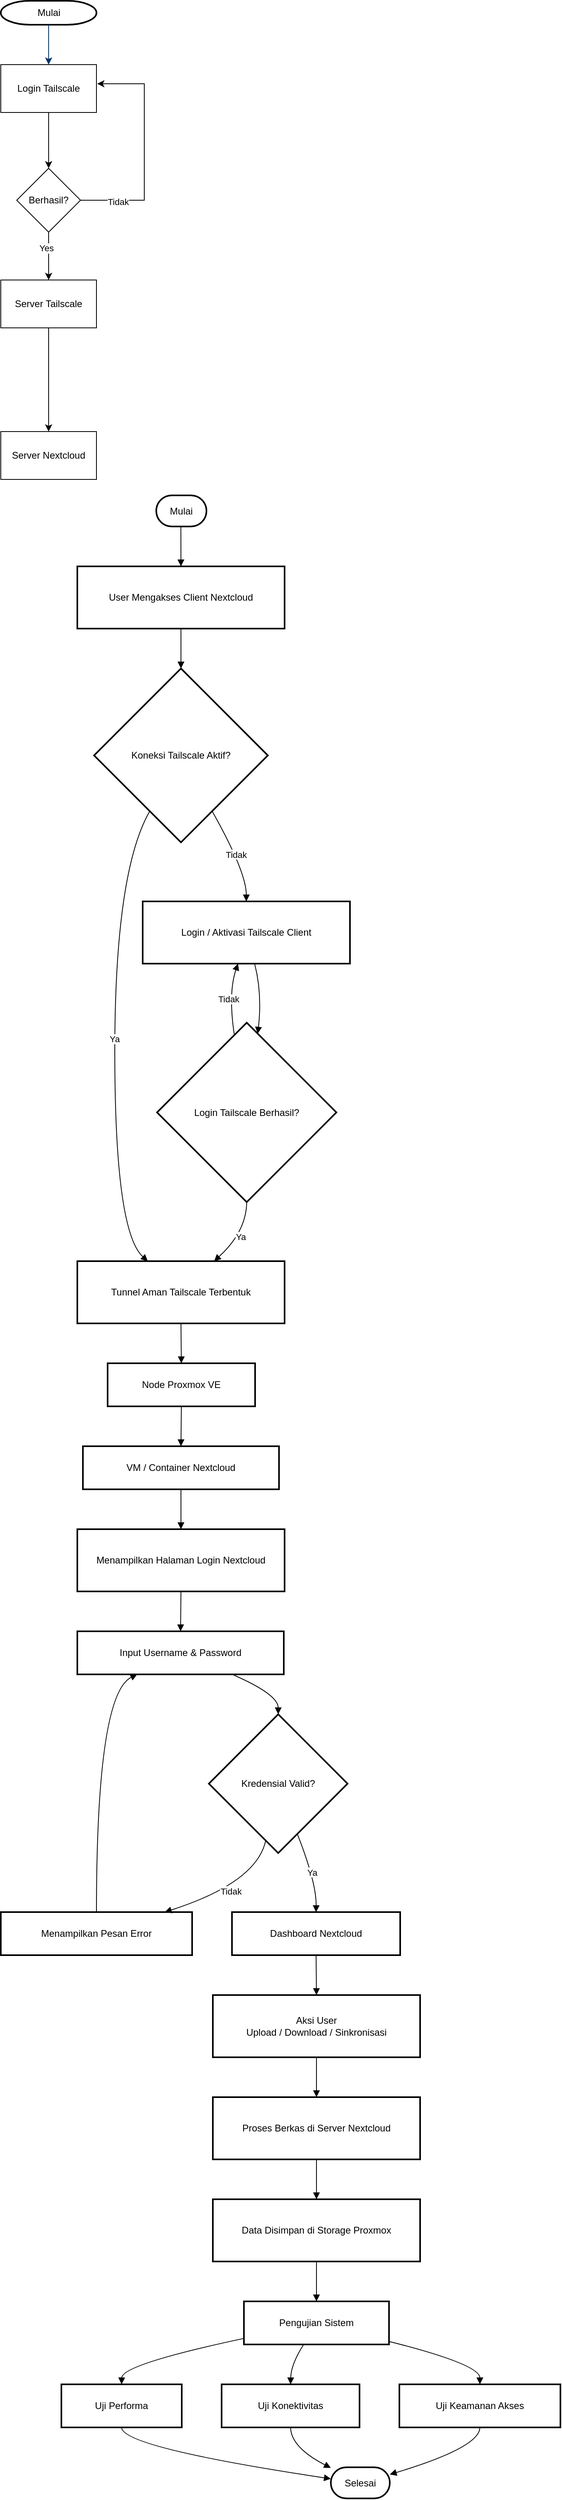
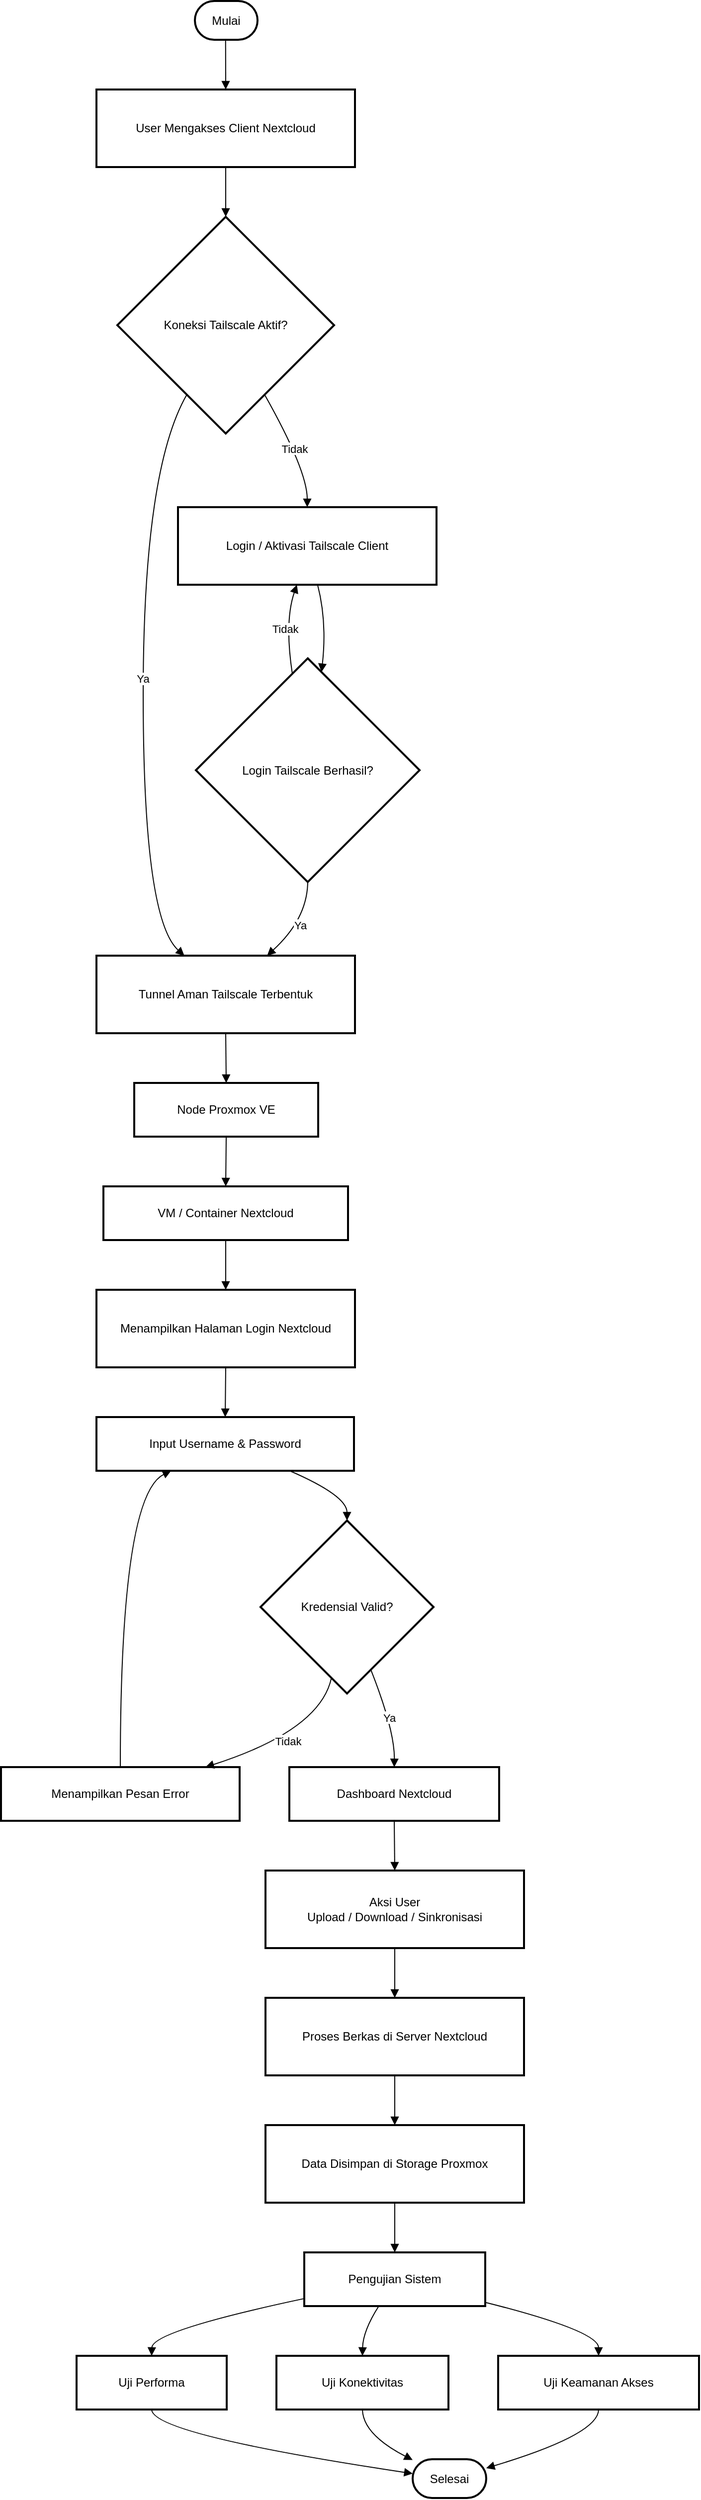
<mxfile host="app.diagrams.net" agent="Mozilla/5.0 (Macintosh; Intel Mac OS X 10_15_7) AppleWebKit/537.36 (KHTML, like Gecko) Chrome/144.0.0.0 Safari/537.36" version="29.3.8">
  <diagram id="6a731a19-8d31-9384-78a2-239565b7b9f0" name="Page-1">
    <mxGraphModel dx="1508" dy="1040" grid="1" gridSize="10" guides="1" tooltips="1" connect="1" arrows="1" fold="1" page="1" pageScale="1" pageWidth="1169" pageHeight="827" background="none" math="0" shadow="0">
      <root>
        <mxCell id="0" />
        <mxCell id="1" parent="0" />
-         <mxCell id="2" parent="1" style="shape=mxgraph.flowchart.terminator;strokeWidth=2;gradientColor=none;gradientDirection=north;fontStyle=0;html=1;" value="Mulai" vertex="1">
-           <mxGeometry height="30" width="120" x="340" y="40" as="geometry" />
-         </mxCell>
-         <mxCell id="7" edge="1" parent="1" source="2" style="fontStyle=1;strokeColor=#003366;strokeWidth=1;html=1;" target="PngO13IiV4YGRGFV6ID1-55">
-           <mxGeometry relative="1" as="geometry">
-             <mxPoint x="400" y="110" as="targetPoint" />
-           </mxGeometry>
-         </mxCell>
-         <mxCell id="PngO13IiV4YGRGFV6ID1-57" edge="1" parent="1" source="PngO13IiV4YGRGFV6ID1-55" style="edgeStyle=orthogonalEdgeStyle;rounded=0;orthogonalLoop=1;jettySize=auto;html=1;" target="PngO13IiV4YGRGFV6ID1-56" value="">
-           <mxGeometry relative="1" as="geometry" />
-         </mxCell>
-         <mxCell id="PngO13IiV4YGRGFV6ID1-55" parent="1" style="rounded=0;whiteSpace=wrap;html=1;" value="Login Tailscale" vertex="1">
-           <mxGeometry height="60" width="120" x="340" y="120" as="geometry" />
-         </mxCell>
-         <mxCell id="PngO13IiV4YGRGFV6ID1-59" edge="1" parent="1" source="PngO13IiV4YGRGFV6ID1-56" style="edgeStyle=orthogonalEdgeStyle;rounded=0;orthogonalLoop=1;jettySize=auto;html=1;entryX=1.008;entryY=0.4;entryDx=0;entryDy=0;entryPerimeter=0;exitX=1;exitY=0.5;exitDx=0;exitDy=0;" target="PngO13IiV4YGRGFV6ID1-55">
-           <mxGeometry relative="1" as="geometry">
-             <Array as="points">
-               <mxPoint x="520" y="290" />
-               <mxPoint x="520" y="144" />
-             </Array>
-             <mxPoint x="580" y="160" as="targetPoint" />
-           </mxGeometry>
-         </mxCell>
-         <mxCell id="PngO13IiV4YGRGFV6ID1-60" connectable="0" parent="PngO13IiV4YGRGFV6ID1-59" style="edgeLabel;html=1;align=center;verticalAlign=middle;resizable=0;points=[];" value="Tidak" vertex="1">
-           <mxGeometry relative="1" x="-0.6702" y="-2" as="geometry">
-             <mxPoint as="offset" />
-           </mxGeometry>
-         </mxCell>
-         <mxCell id="PngO13IiV4YGRGFV6ID1-63" edge="1" parent="1" source="PngO13IiV4YGRGFV6ID1-56" style="edgeStyle=orthogonalEdgeStyle;rounded=0;orthogonalLoop=1;jettySize=auto;html=1;" target="PngO13IiV4YGRGFV6ID1-62" value="">
-           <mxGeometry relative="1" as="geometry" />
-         </mxCell>
-         <mxCell id="PngO13IiV4YGRGFV6ID1-64" connectable="0" parent="PngO13IiV4YGRGFV6ID1-63" style="edgeLabel;html=1;align=center;verticalAlign=middle;resizable=0;points=[];" value="Yes" vertex="1">
-           <mxGeometry relative="1" x="-0.3333" y="-3" as="geometry">
-             <mxPoint as="offset" />
-           </mxGeometry>
-         </mxCell>
-         <mxCell id="PngO13IiV4YGRGFV6ID1-56" parent="1" style="rhombus;whiteSpace=wrap;html=1;rounded=0;" value="Berhasil?" vertex="1">
-           <mxGeometry height="80" width="80" x="360" y="250" as="geometry" />
-         </mxCell>
-         <mxCell id="PngO13IiV4YGRGFV6ID1-66" edge="1" parent="1" source="PngO13IiV4YGRGFV6ID1-62" style="edgeStyle=orthogonalEdgeStyle;rounded=0;orthogonalLoop=1;jettySize=auto;html=1;" target="PngO13IiV4YGRGFV6ID1-65" value="">
-           <mxGeometry relative="1" as="geometry" />
-         </mxCell>
-         <mxCell id="PngO13IiV4YGRGFV6ID1-62" parent="1" style="rounded=0;whiteSpace=wrap;html=1;" value="Server Tailscale" vertex="1">
-           <mxGeometry height="60" width="120" x="340" y="390" as="geometry" />
-         </mxCell>
-         <mxCell id="PngO13IiV4YGRGFV6ID1-65" parent="1" style="rounded=0;whiteSpace=wrap;html=1;" value="Server Nextcloud" vertex="1">
-           <mxGeometry height="60" width="120" x="340" y="580" as="geometry" />
-         </mxCell>
        <mxCell id="Uneg7TVlCb7vEr30IxI9-7" parent="1" style="rounded=1;whiteSpace=wrap;arcSize=50;strokeWidth=2;" value="Mulai" vertex="1">
-           <mxGeometry height="39" width="63" x="535" y="660" as="geometry" />
+           <mxGeometry height="39" width="63" x="445" y="30" as="geometry" />
        </mxCell>
        <mxCell id="Uneg7TVlCb7vEr30IxI9-8" parent="1" style="whiteSpace=wrap;strokeWidth=2;" value="User Mengakses Client Nextcloud" vertex="1">
-           <mxGeometry height="78" width="260" x="436" y="749" as="geometry" />
+           <mxGeometry height="78" width="260" x="346" y="119" as="geometry" />
        </mxCell>
        <mxCell id="Uneg7TVlCb7vEr30IxI9-9" parent="1" style="rhombus;strokeWidth=2;whiteSpace=wrap;" value="Koneksi Tailscale Aktif?" vertex="1">
-           <mxGeometry height="218" width="218" x="457" y="877" as="geometry" />
+           <mxGeometry height="218" width="218" x="367" y="247" as="geometry" />
        </mxCell>
        <mxCell id="Uneg7TVlCb7vEr30IxI9-10" parent="1" style="whiteSpace=wrap;strokeWidth=2;" value="Login / Aktivasi Tailscale Client" vertex="1">
-           <mxGeometry height="78" width="260" x="518" y="1169" as="geometry" />
+           <mxGeometry height="78" width="260" x="428" y="539" as="geometry" />
        </mxCell>
        <mxCell id="Uneg7TVlCb7vEr30IxI9-11" parent="1" style="rhombus;strokeWidth=2;whiteSpace=wrap;" value="Login Tailscale Berhasil?" vertex="1">
-           <mxGeometry height="225" width="225" x="536" y="1321" as="geometry" />
+           <mxGeometry height="225" width="225" x="446" y="691" as="geometry" />
        </mxCell>
        <mxCell id="Uneg7TVlCb7vEr30IxI9-12" parent="1" style="whiteSpace=wrap;strokeWidth=2;" value="Tunnel Aman Tailscale Terbentuk" vertex="1">
-           <mxGeometry height="78" width="260" x="436" y="1620" as="geometry" />
+           <mxGeometry height="78" width="260" x="346" y="990" as="geometry" />
        </mxCell>
        <mxCell id="Uneg7TVlCb7vEr30IxI9-13" parent="1" style="whiteSpace=wrap;strokeWidth=2;" value="Node Proxmox VE" vertex="1">
-           <mxGeometry height="54" width="185" x="474" y="1748" as="geometry" />
+           <mxGeometry height="54" width="185" x="384" y="1118" as="geometry" />
        </mxCell>
        <mxCell id="Uneg7TVlCb7vEr30IxI9-14" parent="1" style="whiteSpace=wrap;strokeWidth=2;" value="VM / Container Nextcloud" vertex="1">
-           <mxGeometry height="54" width="246" x="443" y="1852" as="geometry" />
+           <mxGeometry height="54" width="246" x="353" y="1222" as="geometry" />
        </mxCell>
        <mxCell id="Uneg7TVlCb7vEr30IxI9-15" parent="1" style="whiteSpace=wrap;strokeWidth=2;" value="Menampilkan Halaman Login Nextcloud" vertex="1">
-           <mxGeometry height="78" width="260" x="436" y="1956" as="geometry" />
+           <mxGeometry height="78" width="260" x="346" y="1326" as="geometry" />
        </mxCell>
        <mxCell id="Uneg7TVlCb7vEr30IxI9-16" parent="1" style="whiteSpace=wrap;strokeWidth=2;" value="Input Username &amp; Password" vertex="1">
-           <mxGeometry height="54" width="259" x="436" y="2084" as="geometry" />
+           <mxGeometry height="54" width="259" x="346" y="1454" as="geometry" />
        </mxCell>
        <mxCell id="Uneg7TVlCb7vEr30IxI9-17" parent="1" style="rhombus;strokeWidth=2;whiteSpace=wrap;" value="Kredensial Valid?" vertex="1">
-           <mxGeometry height="174" width="174" x="601" y="2188" as="geometry" />
+           <mxGeometry height="174" width="174" x="511" y="1558" as="geometry" />
        </mxCell>
        <mxCell id="Uneg7TVlCb7vEr30IxI9-18" parent="1" style="whiteSpace=wrap;strokeWidth=2;" value="Menampilkan Pesan Error" vertex="1">
-           <mxGeometry height="54" width="240" x="340" y="2436" as="geometry" />
+           <mxGeometry height="54" width="240" x="250" y="1806" as="geometry" />
        </mxCell>
        <mxCell id="Uneg7TVlCb7vEr30IxI9-19" parent="1" style="whiteSpace=wrap;strokeWidth=2;" value="Dashboard Nextcloud" vertex="1">
-           <mxGeometry height="54" width="211" x="630" y="2436" as="geometry" />
+           <mxGeometry height="54" width="211" x="540" y="1806" as="geometry" />
        </mxCell>
        <mxCell id="Uneg7TVlCb7vEr30IxI9-20" parent="1" style="whiteSpace=wrap;strokeWidth=2;" value="Aksi User&#xa;Upload / Download / Sinkronisasi" vertex="1">
-           <mxGeometry height="78" width="260" x="606" y="2540" as="geometry" />
+           <mxGeometry height="78" width="260" x="516" y="1910" as="geometry" />
        </mxCell>
        <mxCell id="Uneg7TVlCb7vEr30IxI9-21" parent="1" style="whiteSpace=wrap;strokeWidth=2;" value="Proses Berkas di Server Nextcloud" vertex="1">
-           <mxGeometry height="78" width="260" x="606" y="2668" as="geometry" />
+           <mxGeometry height="78" width="260" x="516" y="2038" as="geometry" />
        </mxCell>
        <mxCell id="Uneg7TVlCb7vEr30IxI9-22" parent="1" style="whiteSpace=wrap;strokeWidth=2;" value="Data Disimpan di Storage Proxmox" vertex="1">
-           <mxGeometry height="78" width="260" x="606" y="2796" as="geometry" />
+           <mxGeometry height="78" width="260" x="516" y="2166" as="geometry" />
        </mxCell>
        <mxCell id="Uneg7TVlCb7vEr30IxI9-23" parent="1" style="whiteSpace=wrap;strokeWidth=2;" value="Pengujian Sistem" vertex="1">
-           <mxGeometry height="54" width="182" x="645" y="2924" as="geometry" />
+           <mxGeometry height="54" width="182" x="555" y="2294" as="geometry" />
        </mxCell>
        <mxCell id="Uneg7TVlCb7vEr30IxI9-24" parent="1" style="whiteSpace=wrap;strokeWidth=2;" value="Uji Keamanan Akses" vertex="1">
-           <mxGeometry height="54" width="202" x="840" y="3028" as="geometry" />
+           <mxGeometry height="54" width="202" x="750" y="2398" as="geometry" />
        </mxCell>
        <mxCell id="Uneg7TVlCb7vEr30IxI9-25" parent="1" style="whiteSpace=wrap;strokeWidth=2;" value="Uji Konektivitas" vertex="1">
-           <mxGeometry height="54" width="173" x="617" y="3028" as="geometry" />
+           <mxGeometry height="54" width="173" x="527" y="2398" as="geometry" />
        </mxCell>
        <mxCell id="Uneg7TVlCb7vEr30IxI9-26" parent="1" style="whiteSpace=wrap;strokeWidth=2;" value="Uji Performa" vertex="1">
-           <mxGeometry height="54" width="151" x="416" y="3028" as="geometry" />
+           <mxGeometry height="54" width="151" x="326" y="2398" as="geometry" />
        </mxCell>
        <mxCell id="Uneg7TVlCb7vEr30IxI9-27" parent="1" style="rounded=1;whiteSpace=wrap;arcSize=50;strokeWidth=2;" value="Selesai" vertex="1">
-           <mxGeometry height="39" width="74" x="754" y="3132" as="geometry" />
+           <mxGeometry height="39" width="74" x="664" y="2502" as="geometry" />
        </mxCell>
        <mxCell id="Uneg7TVlCb7vEr30IxI9-28" edge="1" parent="1" source="Uneg7TVlCb7vEr30IxI9-7" style="curved=1;startArrow=none;endArrow=block;exitX=0.49;exitY=1;entryX=0.5;entryY=0;rounded=0;" target="Uneg7TVlCb7vEr30IxI9-8" value="">
          <mxGeometry relative="1" as="geometry">
            <Array as="points" />
          </mxGeometry>
        </mxCell>
        <mxCell id="Uneg7TVlCb7vEr30IxI9-29" edge="1" parent="1" source="Uneg7TVlCb7vEr30IxI9-8" style="curved=1;startArrow=none;endArrow=block;exitX=0.5;exitY=1;entryX=0.5;entryY=0;rounded=0;" target="Uneg7TVlCb7vEr30IxI9-9" value="">
          <mxGeometry relative="1" as="geometry">
            <Array as="points" />
          </mxGeometry>
        </mxCell>
        <mxCell id="Uneg7TVlCb7vEr30IxI9-30" edge="1" parent="1" source="Uneg7TVlCb7vEr30IxI9-9" style="curved=1;startArrow=none;endArrow=block;exitX=0.78;exitY=1;entryX=0.5;entryY=0;rounded=0;" target="Uneg7TVlCb7vEr30IxI9-10" value="Tidak">
          <mxGeometry relative="1" as="geometry">
            <Array as="points">
-               <mxPoint x="648" y="1132" />
+               <mxPoint x="558" y="502" />
            </Array>
          </mxGeometry>
        </mxCell>
        <mxCell id="Uneg7TVlCb7vEr30IxI9-31" edge="1" parent="1" source="Uneg7TVlCb7vEr30IxI9-10" style="curved=1;startArrow=none;endArrow=block;exitX=0.54;exitY=1;entryX=0.57;entryY=0;rounded=0;" target="Uneg7TVlCb7vEr30IxI9-11" value="">
          <mxGeometry relative="1" as="geometry">
            <Array as="points">
-               <mxPoint x="668" y="1284" />
+               <mxPoint x="578" y="654" />
            </Array>
          </mxGeometry>
        </mxCell>
        <mxCell id="Uneg7TVlCb7vEr30IxI9-32" edge="1" parent="1" source="Uneg7TVlCb7vEr30IxI9-11" style="curved=1;startArrow=none;endArrow=block;exitX=0.42;exitY=0;entryX=0.46;entryY=1;rounded=0;" target="Uneg7TVlCb7vEr30IxI9-10" value="Tidak">
          <mxGeometry relative="1" as="geometry">
            <Array as="points">
-               <mxPoint x="625" y="1284" />
+               <mxPoint x="535" y="654" />
            </Array>
          </mxGeometry>
        </mxCell>
        <mxCell id="Uneg7TVlCb7vEr30IxI9-33" edge="1" parent="1" source="Uneg7TVlCb7vEr30IxI9-11" style="curved=1;startArrow=none;endArrow=block;exitX=0.5;exitY=1;entryX=0.66;entryY=0;rounded=0;" target="Uneg7TVlCb7vEr30IxI9-12" value="Ya">
          <mxGeometry relative="1" as="geometry">
            <Array as="points">
-               <mxPoint x="648" y="1583" />
+               <mxPoint x="558" y="953" />
            </Array>
          </mxGeometry>
        </mxCell>
        <mxCell id="Uneg7TVlCb7vEr30IxI9-34" edge="1" parent="1" source="Uneg7TVlCb7vEr30IxI9-9" style="curved=1;startArrow=none;endArrow=block;exitX=0.22;exitY=1;entryX=0.34;entryY=0;rounded=0;" target="Uneg7TVlCb7vEr30IxI9-12" value="Ya">
          <mxGeometry relative="1" as="geometry">
            <Array as="points">
-               <mxPoint x="483" y="1132" />
-               <mxPoint x="483" y="1583" />
+               <mxPoint x="393" y="502" />
+               <mxPoint x="393" y="953" />
            </Array>
          </mxGeometry>
        </mxCell>
        <mxCell id="Uneg7TVlCb7vEr30IxI9-35" edge="1" parent="1" source="Uneg7TVlCb7vEr30IxI9-12" style="curved=1;startArrow=none;endArrow=block;exitX=0.5;exitY=1;entryX=0.5;entryY=0;rounded=0;" target="Uneg7TVlCb7vEr30IxI9-13" value="">
          <mxGeometry relative="1" as="geometry">
            <Array as="points" />
          </mxGeometry>
        </mxCell>
        <mxCell id="Uneg7TVlCb7vEr30IxI9-36" edge="1" parent="1" source="Uneg7TVlCb7vEr30IxI9-13" style="curved=1;startArrow=none;endArrow=block;exitX=0.5;exitY=1;entryX=0.5;entryY=0;rounded=0;" target="Uneg7TVlCb7vEr30IxI9-14" value="">
          <mxGeometry relative="1" as="geometry">
            <Array as="points" />
          </mxGeometry>
        </mxCell>
        <mxCell id="Uneg7TVlCb7vEr30IxI9-37" edge="1" parent="1" source="Uneg7TVlCb7vEr30IxI9-14" style="curved=1;startArrow=none;endArrow=block;exitX=0.5;exitY=1;entryX=0.5;entryY=0;rounded=0;" target="Uneg7TVlCb7vEr30IxI9-15" value="">
          <mxGeometry relative="1" as="geometry">
            <Array as="points" />
          </mxGeometry>
        </mxCell>
        <mxCell id="Uneg7TVlCb7vEr30IxI9-38" edge="1" parent="1" source="Uneg7TVlCb7vEr30IxI9-15" style="curved=1;startArrow=none;endArrow=block;exitX=0.5;exitY=1;entryX=0.5;entryY=0;rounded=0;" target="Uneg7TVlCb7vEr30IxI9-16" value="">
          <mxGeometry relative="1" as="geometry">
            <Array as="points" />
          </mxGeometry>
        </mxCell>
        <mxCell id="Uneg7TVlCb7vEr30IxI9-39" edge="1" parent="1" source="Uneg7TVlCb7vEr30IxI9-16" style="curved=1;startArrow=none;endArrow=block;exitX=0.75;exitY=1;entryX=0.5;entryY=0;rounded=0;" target="Uneg7TVlCb7vEr30IxI9-17" value="">
          <mxGeometry relative="1" as="geometry">
            <Array as="points">
-               <mxPoint x="688" y="2163" />
+               <mxPoint x="598" y="1533" />
            </Array>
          </mxGeometry>
        </mxCell>
        <mxCell id="Uneg7TVlCb7vEr30IxI9-40" edge="1" parent="1" source="Uneg7TVlCb7vEr30IxI9-17" style="curved=1;startArrow=none;endArrow=block;exitX=0.39;exitY=1;entryX=0.85;entryY=0.01;rounded=0;" target="Uneg7TVlCb7vEr30IxI9-18" value="Tidak">
          <mxGeometry relative="1" as="geometry">
            <Array as="points">
-               <mxPoint x="661" y="2399" />
+               <mxPoint x="571" y="1769" />
            </Array>
          </mxGeometry>
        </mxCell>
        <mxCell id="Uneg7TVlCb7vEr30IxI9-41" edge="1" parent="1" source="Uneg7TVlCb7vEr30IxI9-18" style="curved=1;startArrow=none;endArrow=block;exitX=0.5;exitY=0.01;entryX=0.29;entryY=1;rounded=0;" target="Uneg7TVlCb7vEr30IxI9-16" value="">
          <mxGeometry relative="1" as="geometry">
            <Array as="points">
-               <mxPoint x="460" y="2163" />
+               <mxPoint x="370" y="1533" />
            </Array>
          </mxGeometry>
        </mxCell>
        <mxCell id="Uneg7TVlCb7vEr30IxI9-42" edge="1" parent="1" source="Uneg7TVlCb7vEr30IxI9-17" style="curved=1;startArrow=none;endArrow=block;exitX=0.69;exitY=1;entryX=0.5;entryY=0.01;rounded=0;" target="Uneg7TVlCb7vEr30IxI9-19" value="Ya">
          <mxGeometry relative="1" as="geometry">
            <Array as="points">
-               <mxPoint x="736" y="2399" />
+               <mxPoint x="646" y="1769" />
            </Array>
          </mxGeometry>
        </mxCell>
        <mxCell id="Uneg7TVlCb7vEr30IxI9-43" edge="1" parent="1" source="Uneg7TVlCb7vEr30IxI9-19" style="curved=1;startArrow=none;endArrow=block;exitX=0.5;exitY=1.01;entryX=0.5;entryY=0;rounded=0;" target="Uneg7TVlCb7vEr30IxI9-20" value="">
          <mxGeometry relative="1" as="geometry">
            <Array as="points" />
          </mxGeometry>
        </mxCell>
        <mxCell id="Uneg7TVlCb7vEr30IxI9-44" edge="1" parent="1" source="Uneg7TVlCb7vEr30IxI9-20" style="curved=1;startArrow=none;endArrow=block;exitX=0.5;exitY=1;entryX=0.5;entryY=0;rounded=0;" target="Uneg7TVlCb7vEr30IxI9-21" value="">
          <mxGeometry relative="1" as="geometry">
            <Array as="points" />
          </mxGeometry>
        </mxCell>
        <mxCell id="Uneg7TVlCb7vEr30IxI9-45" edge="1" parent="1" source="Uneg7TVlCb7vEr30IxI9-21" style="curved=1;startArrow=none;endArrow=block;exitX=0.5;exitY=1;entryX=0.5;entryY=0;rounded=0;" target="Uneg7TVlCb7vEr30IxI9-22" value="">
          <mxGeometry relative="1" as="geometry">
            <Array as="points" />
          </mxGeometry>
        </mxCell>
        <mxCell id="Uneg7TVlCb7vEr30IxI9-46" edge="1" parent="1" source="Uneg7TVlCb7vEr30IxI9-22" style="curved=1;startArrow=none;endArrow=block;exitX=0.5;exitY=1;entryX=0.5;entryY=0.01;rounded=0;" target="Uneg7TVlCb7vEr30IxI9-23" value="">
          <mxGeometry relative="1" as="geometry">
            <Array as="points" />
          </mxGeometry>
        </mxCell>
        <mxCell id="Uneg7TVlCb7vEr30IxI9-47" edge="1" parent="1" source="Uneg7TVlCb7vEr30IxI9-23" style="curved=1;startArrow=none;endArrow=block;exitX=1;exitY=0.93;entryX=0.5;entryY=0.01;rounded=0;" target="Uneg7TVlCb7vEr30IxI9-24" value="">
          <mxGeometry relative="1" as="geometry">
            <Array as="points">
-               <mxPoint x="941" y="3003" />
+               <mxPoint x="851" y="2373" />
            </Array>
          </mxGeometry>
        </mxCell>
        <mxCell id="Uneg7TVlCb7vEr30IxI9-48" edge="1" parent="1" source="Uneg7TVlCb7vEr30IxI9-23" style="curved=1;startArrow=none;endArrow=block;exitX=0.41;exitY=1.01;entryX=0.5;entryY=0.01;rounded=0;" target="Uneg7TVlCb7vEr30IxI9-25" value="">
          <mxGeometry relative="1" as="geometry">
            <Array as="points">
-               <mxPoint x="704" y="3003" />
+               <mxPoint x="614" y="2373" />
            </Array>
          </mxGeometry>
        </mxCell>
        <mxCell id="Uneg7TVlCb7vEr30IxI9-49" edge="1" parent="1" source="Uneg7TVlCb7vEr30IxI9-23" style="curved=1;startArrow=none;endArrow=block;exitX=0;exitY=0.86;entryX=0.5;entryY=0.01;rounded=0;" target="Uneg7TVlCb7vEr30IxI9-26" value="">
          <mxGeometry relative="1" as="geometry">
            <Array as="points">
-               <mxPoint x="492" y="3003" />
+               <mxPoint x="402" y="2373" />
            </Array>
          </mxGeometry>
        </mxCell>
        <mxCell id="Uneg7TVlCb7vEr30IxI9-50" edge="1" parent="1" source="Uneg7TVlCb7vEr30IxI9-24" style="curved=1;startArrow=none;endArrow=block;exitX=0.5;exitY=1.01;entryX=1;entryY=0.23;rounded=0;" target="Uneg7TVlCb7vEr30IxI9-27" value="">
          <mxGeometry relative="1" as="geometry">
            <Array as="points">
-               <mxPoint x="941" y="3107" />
+               <mxPoint x="851" y="2477" />
            </Array>
          </mxGeometry>
        </mxCell>
        <mxCell id="Uneg7TVlCb7vEr30IxI9-51" edge="1" parent="1" source="Uneg7TVlCb7vEr30IxI9-25" style="curved=1;startArrow=none;endArrow=block;exitX=0.5;exitY=1.01;entryX=0;entryY=0.02;rounded=0;" target="Uneg7TVlCb7vEr30IxI9-27" value="">
          <mxGeometry relative="1" as="geometry">
            <Array as="points">
-               <mxPoint x="704" y="3107" />
+               <mxPoint x="614" y="2477" />
            </Array>
          </mxGeometry>
        </mxCell>
        <mxCell id="Uneg7TVlCb7vEr30IxI9-52" edge="1" parent="1" source="Uneg7TVlCb7vEr30IxI9-26" style="curved=1;startArrow=none;endArrow=block;exitX=0.5;exitY=1.01;entryX=0;entryY=0.37;rounded=0;" target="Uneg7TVlCb7vEr30IxI9-27" value="">
          <mxGeometry relative="1" as="geometry">
            <Array as="points">
-               <mxPoint x="492" y="3107" />
+               <mxPoint x="402" y="2477" />
            </Array>
          </mxGeometry>
        </mxCell>
      </root>
    </mxGraphModel>
  </diagram>
</mxfile>
